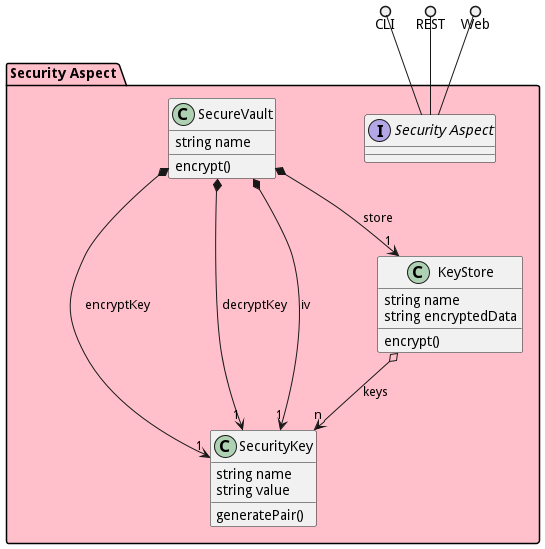
The PlantUML diagram docs/sabr/sa/logical.png in madajaju/sabr, before a commit.
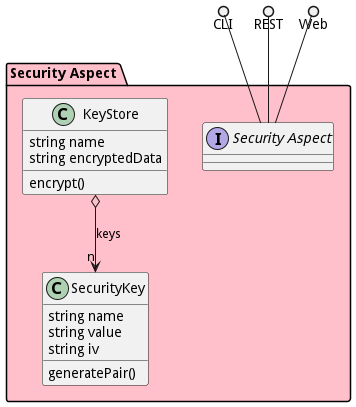
The same diagram one commit later.

The edit, as a diff of the source:
```diff
@@ -4,9 +4,6 @@
 package "Security Aspect" #pink {
 
         class SecurityKey {
-        }
-
-        class KeyStore {
         }
     }
 
@@ -31,19 +28,10 @@
                 KeyStore o--> "n" SecurityKey : keys
 
 
-    class "SecureVault" {
-                 string name
-                             encrypt()
-            }
-                SecureVault *--> "1" SecurityKey : encryptKey
-                        SecureVault *--> "1" SecurityKey : decryptKey
-                        SecureVault *--> "1" SecurityKey : iv
-                        SecureVault *--> "1" KeyStore : store
-
-
     class "SecurityKey" {
                  string name
                  string value
+                 string iv
                              generatePair()
             }
 
```
